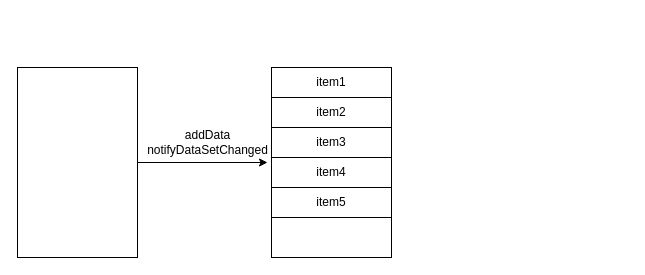
Above: RecycleView.drawio in Eanam/PointlessDiagram (draw.io), before the change. Source tidied: cells renumbered, new cells numbered last; positions are measured from the earlier drawing's top-left corner, leaving out a move shared by most shapes. Both pictures are drawn from the tidied source at 100%, with x=0, y=0 at pixel (17, 67).
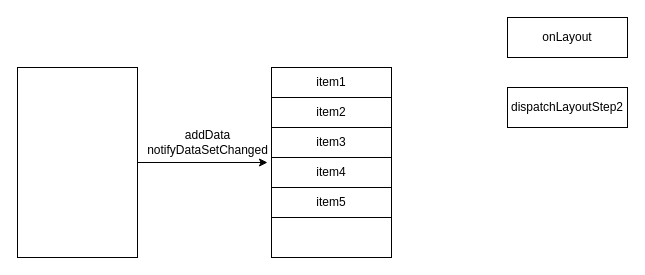
The same page after the edit.

Diff of the diagram source:
```diff
@@
 <mxGraphModel>
   <root>
     <mxCell id="0" />
     <mxCell id="1" parent="0" />
     <mxCell id="2" style="rounded=0;whiteSpace=wrap;html=1;" parent="1" vertex="1">
       <mxGeometry width="120" height="190" as="geometry" />
     </mxCell>
     <mxCell id="3" style="rounded=0;whiteSpace=wrap;html=1;" parent="1" vertex="1">
       <mxGeometry x="254" width="120" height="190" as="geometry" />
     </mxCell>
     <mxCell id="4" value="item1" style="rounded=0;whiteSpace=wrap;html=1;" parent="1" vertex="1">
       <mxGeometry x="254" width="120" height="30" as="geometry" />
     </mxCell>
     <mxCell id="5" value="item2" style="rounded=0;whiteSpace=wrap;html=1;" parent="1" vertex="1">
       <mxGeometry x="254" y="30" width="120" height="30" as="geometry" />
     </mxCell>
     <mxCell id="6" value="item3" style="rounded=0;whiteSpace=wrap;html=1;" parent="1" vertex="1">
       <mxGeometry x="254" y="60" width="120" height="30" as="geometry" />
     </mxCell>
     <mxCell id="7" value="item4" style="rounded=0;whiteSpace=wrap;html=1;" parent="1" vertex="1">
       <mxGeometry x="254" y="90" width="120" height="30" as="geometry" />
     </mxCell>
     <mxCell id="8" value="item5" style="rounded=0;whiteSpace=wrap;html=1;" parent="1" vertex="1">
       <mxGeometry x="254" y="120" width="120" height="30" as="geometry" />
     </mxCell>
     <mxCell id="9" style="endArrow=classic;html=1;exitX=1;exitY=0.5;exitDx=0;exitDy=0;" parent="1" edge="1" source="2">
       <mxGeometry relative="1" as="geometry">
         <mxPoint x="250" y="95" as="targetPoint" />
       </mxGeometry>
     </mxCell>
     <mxCell id="10" value="addData&lt;br&gt;notifyDataSetChanged" style="text;html=1;align=center;verticalAlign=middle;strokeColor=none;" parent="1" vertex="1">
       <mxGeometry x="120" y="60" width="140" height="30" as="geometry" />
     </mxCell>
+    <mxCell id="11" value="onLayout" style="rounded=0;whiteSpace=wrap;html=1;" parent="1" vertex="1">
+      <mxGeometry x="490" y="-50" width="120" height="40" as="geometry" />
+    </mxCell>
+    <mxCell id="12" value="dispatchLayoutStep2" style="rounded=0;whiteSpace=wrap;html=1;" parent="1" vertex="1">
+      <mxGeometry x="490" y="20" width="120" height="40" as="geometry" />
+    </mxCell>
   </root>
 </mxGraphModel>
```
